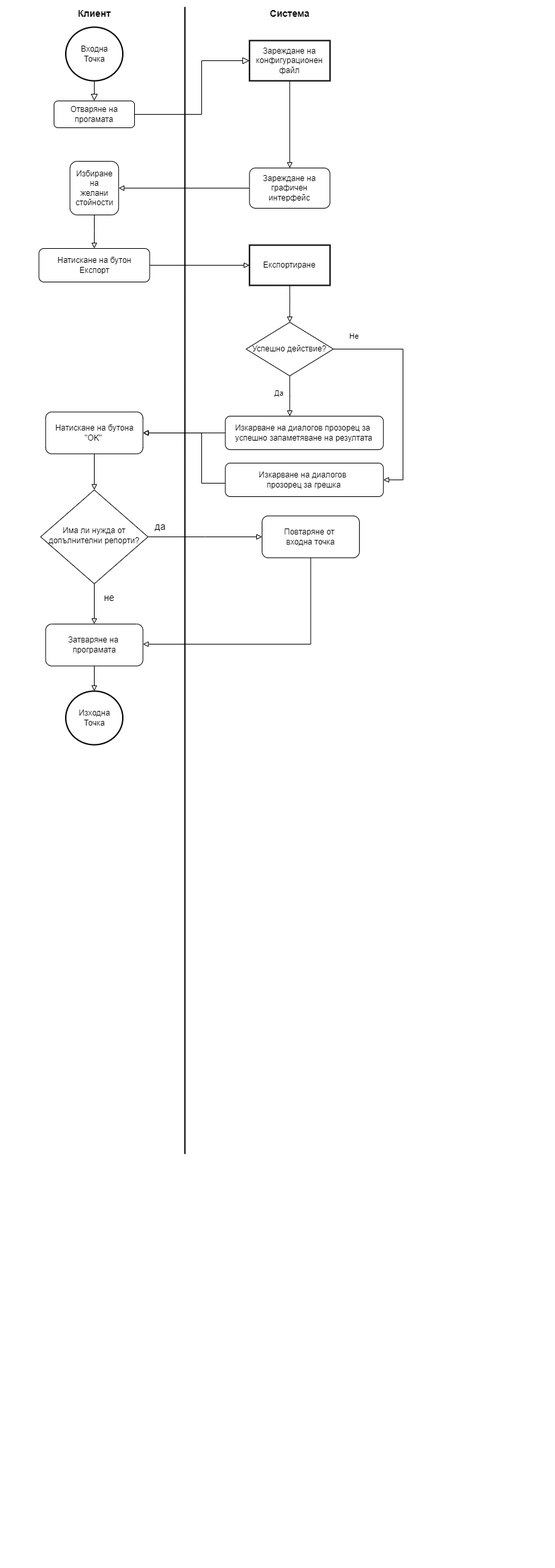
nikolaizhnikolov/NVNA-Schedule-Exporter keeps this draw.io diagram as docs/Блоксхеми/interface.png. Above is the earlier version. Source tidied: cells renumbered, new cells last; positions are measured from the earlier drawing's top-left corner, leaving out a move shared by most shapes.
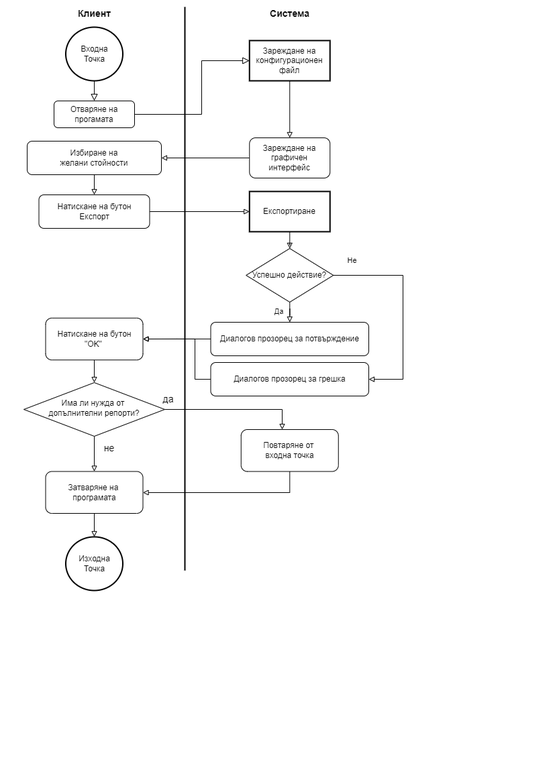
The same file after the commit.

The edit, as a diff of the source:
```diff
@@ -5,16 +5,12 @@
     <mxCell id="2" style="edgeStyle=orthogonalEdgeStyle;rounded=0;jettySize=auto;html=1;endArrow=block;endFill=0;fontSize=14;" parent="1" edge="1" source="30" target="29">
       <mxGeometry relative="1" as="geometry">
         <Array as="points">
-          <mxPoint x="404" y="950" />
+          <mxPoint x="373" y="724" />
         </Array>
       </mxGeometry>
     </mxCell>
     <mxCell id="3" style="edgeStyle=orthogonalEdgeStyle;rounded=0;jettySize=auto;html=1;endArrow=block;endFill=0;fontSize=14;" parent="1" edge="1" source="38" target="16">
-      <mxGeometry relative="1" as="geometry">
-        <Array as="points">
-          <mxPoint x="373" y="270" />
-        </Array>
-      </mxGeometry>
+      <mxGeometry relative="1" as="geometry" />
     </mxCell>
     <mxCell id="4" style="rounded=0;html=1;jettySize=auto;fontSize=11;endArrow=block;endFill=0;endSize=8;strokeWidth=1;shadow=0;labelBackgroundColor=none;edgeStyle=orthogonalEdgeStyle;" parent="1" edge="1" source="9" target="5">
       <mxGeometry relative="1" as="geometry" />
@@ -40,7 +36,7 @@
       <mxGeometry x="39.5" y="30" width="85" height="80" as="geometry" />
     </mxCell>
     <mxCell id="10" style="line;strokeWidth=2;direction=south;html=1;" parent="1" vertex="1">
-      <mxGeometry x="212" width="10" height="1710" as="geometry" />
+      <mxGeometry x="212" width="10" height="840" as="geometry" />
     </mxCell>
     <mxCell id="11" value="Клиент" style="text;html=1;align=center;verticalAlign=middle;fontSize=14;fontStyle=1;" parent="1" vertex="1">
       <mxGeometry x="52" width="60" height="20" as="geometry" />
@@ -52,28 +48,28 @@
       <mxGeometry relative="1" as="geometry" />
     </mxCell>
     <mxCell id="14" value="Натискане на бутон&lt;br&gt;Експорт" style="rounded=1;whiteSpace=wrap;html=1;fontSize=12;glass=0;strokeWidth=1;shadow=0;" parent="1" vertex="1">
-      <mxGeometry x="-0.5" y="360" width="165" height="50" as="geometry" />
+      <mxGeometry x="-0.5" y="280" width="165" height="50" as="geometry" />
     </mxCell>
     <mxCell id="15" style="edgeStyle=orthogonalEdgeStyle;rounded=0;jettySize=auto;html=1;endArrow=block;endFill=0;fontSize=14;" parent="1" edge="1" source="16" target="14">
       <mxGeometry relative="1" as="geometry" />
     </mxCell>
-    <mxCell id="16" value="Избиране&lt;br&gt;на&lt;br&gt;желани&lt;br&gt;стойности" style="rounded=1;whiteSpace=wrap;html=1;fontSize=12;glass=0;strokeWidth=1;shadow=0;" parent="1" vertex="1">
-      <mxGeometry x="45.8" y="230" width="72.5" height="80" as="geometry" />
+    <mxCell id="16" value="Избиране на&lt;br&gt;желани стойности" style="rounded=1;whiteSpace=wrap;html=1;fontSize=12;glass=0;strokeWidth=1;shadow=0;" parent="1" vertex="1">
+      <mxGeometry x="-18" y="200" width="200" height="50" as="geometry" />
     </mxCell>
     <mxCell id="17" style="edgeStyle=orthogonalEdgeStyle;rounded=0;jettySize=auto;html=1;endArrow=block;endFill=0;" parent="1" edge="1" source="18" target="35">
       <mxGeometry relative="1" as="geometry" />
     </mxCell>
     <mxCell id="18" value="Експортиране" style="rounded=0;whiteSpace=wrap;html=1;strokeWidth=2;fillColor=default;" parent="1" vertex="1">
-      <mxGeometry x="313.2" y="355" width="120" height="60" as="geometry" />
+      <mxGeometry x="313.2" y="275" width="120" height="60" as="geometry" />
     </mxCell>
-    <mxCell id="19" value="&lt;p class=&quot;MsoNormal&quot;&gt;Изкарване на диалогов прозорец за&amp;nbsp;&lt;br&gt;&lt;span&gt;успешно запаметяване на резултата&lt;/span&gt;&lt;/p&gt;" style="rounded=1;whiteSpace=wrap;html=1;fontSize=12;glass=0;strokeWidth=1;shadow=0;" parent="1" vertex="1">
-      <mxGeometry x="277.2" y="610" width="235.5" height="50" as="geometry" />
+    <mxCell id="19" value="&lt;p class=&quot;MsoNormal&quot;&gt;Диалогов прозорец за потвърждение&lt;/p&gt;" style="rounded=1;whiteSpace=wrap;html=1;fontSize=12;glass=0;strokeWidth=1;shadow=0;" parent="1" vertex="1">
+      <mxGeometry x="255.5" y="470" width="235.5" height="50" as="geometry" />
     </mxCell>
     <mxCell id="20" style="edgeStyle=orthogonalEdgeStyle;rounded=0;jettySize=auto;html=1;endArrow=block;endFill=0;fontSize=14;" parent="1" edge="1" source="21" target="26">
       <mxGeometry relative="1" as="geometry" />
     </mxCell>
-    <mxCell id="21" value="&lt;p class=&quot;MsoNormal&quot;&gt;Натискане на бутона&lt;br&gt;&lt;span&gt;&quot;OK&quot;&amp;nbsp;&lt;/span&gt;&lt;/p&gt;" style="rounded=1;whiteSpace=wrap;html=1;fontSize=12;glass=0;strokeWidth=1;shadow=0;direction=south;" parent="1" vertex="1">
-      <mxGeometry x="9.5" y="603.8" width="145" height="62.5" as="geometry" />
+    <mxCell id="21" value="&lt;p class=&quot;MsoNormal&quot;&gt;Натискане на бутон&lt;br&gt;&lt;span&gt;&quot;OK&quot;&amp;nbsp;&lt;/span&gt;&lt;/p&gt;" style="rounded=1;whiteSpace=wrap;html=1;fontSize=12;glass=0;strokeWidth=1;shadow=0;direction=south;" parent="1" vertex="1">
+      <mxGeometry x="9.5" y="463.8" width="145" height="62.5" as="geometry" />
     </mxCell>
     <mxCell id="22" style="edgeStyle=orthogonalEdgeStyle;rounded=0;jettySize=auto;html=1;endArrow=block;endFill=0;fontSize=14;" parent="1" edge="1" source="19" target="21">
       <mxGeometry relative="1" as="geometry" />
@@ -82,35 +78,34 @@
       <mxGeometry x="-0.31" y="22" relative="1" as="geometry" />
     </mxCell>
     <mxCell id="24" style="edgeStyle=orthogonalEdgeStyle;rounded=0;jettySize=auto;html=1;endArrow=block;endFill=0;fontSize=14;" parent="1" edge="1" source="26" target="30">
-      <mxGeometry relative="1" as="geometry" />
+      <mxGeometry relative="1" as="geometry">
+        <Array as="points">
+          <mxPoint x="362" y="600" />
+        </Array>
+      </mxGeometry>
     </mxCell>
     <mxCell id="25" value="да" style="edgeLabel;html=1;align=center;verticalAlign=middle;fontSize=14;" parent="24" vertex="1">
       <mxGeometry x="-0.3" y="-4" relative="1" as="geometry">
-        <mxPoint x="-43" y="-20" as="offset" />
+        <mxPoint x="-67" y="-20" as="offset" />
       </mxGeometry>
     </mxCell>
-    <mxCell id="26" value="Има ли нужда от допълнителни репорти?" style="rhombus;whiteSpace=wrap;html=1;shadow=0;fontFamily=Helvetica;fontSize=12;align=center;strokeWidth=1;spacing=6;spacingTop=-4;" parent="1" vertex="1">
-      <mxGeometry x="2" y="720" width="160" height="140" as="geometry" />
+    <mxCell id="26" value="Има ли нужда от &lt;br&gt;допълнителни репорти?" style="rhombus;whiteSpace=wrap;html=1;shadow=0;fontFamily=Helvetica;fontSize=12;align=center;strokeWidth=1;spacing=6;spacingTop=-4;" parent="1" vertex="1">
+      <mxGeometry x="-23" y="560" width="210" height="80" as="geometry" />
     </mxCell>
     <mxCell id="27" value="Изходна&lt;br&gt;Точка" style="strokeWidth=2;html=1;shape=mxgraph.flowchart.start_2;whiteSpace=wrap;" parent="1" vertex="1">
-      <mxGeometry x="39.5" y="1020" width="85" height="80" as="geometry" />
+      <mxGeometry x="39.5" y="790" width="85" height="80" as="geometry" />
     </mxCell>
     <mxCell id="28" style="edgeStyle=orthogonalEdgeStyle;rounded=0;jettySize=auto;html=1;endArrow=block;endFill=0;fontSize=14;" parent="1" edge="1" source="29" target="27">
       <mxGeometry relative="1" as="geometry" />
     </mxCell>
     <mxCell id="29" value="&lt;p class=&quot;MsoNormal&quot;&gt;Затваряне на&amp;nbsp;&lt;br&gt;програмата&lt;/p&gt;" style="rounded=1;whiteSpace=wrap;html=1;fontSize=12;glass=0;strokeWidth=1;shadow=0;direction=south;" parent="1" vertex="1">
-      <mxGeometry x="9.5" y="920" width="145" height="62.5" as="geometry" />
+      <mxGeometry x="9.5" y="692.5" width="145" height="62.5" as="geometry" />
     </mxCell>
     <mxCell id="30" value="&lt;p class=&quot;MsoNormal&quot;&gt;Повтаряне от&amp;nbsp;&lt;br&gt;входна точка&lt;/p&gt;" style="rounded=1;whiteSpace=wrap;html=1;fontSize=12;glass=0;strokeWidth=1;shadow=0;direction=south;" parent="1" vertex="1">
-      <mxGeometry x="332" y="758.8" width="145" height="62.5" as="geometry" />
+      <mxGeometry x="300.8" y="630" width="145" height="62.5" as="geometry" />
     </mxCell>
     <mxCell id="31" style="edgeStyle=orthogonalEdgeStyle;rounded=0;jettySize=auto;html=1;endArrow=block;endFill=0;" parent="1" edge="1" source="35" target="19">
-      <mxGeometry relative="1" as="geometry">
-        <Array as="points">
-          <mxPoint x="373" y="580" />
-          <mxPoint x="373" y="580" />
-        </Array>
-      </mxGeometry>
+      <mxGeometry relative="1" as="geometry" />
     </mxCell>
     <mxCell id="32" value="Да" style="edgeLabel;html=1;align=center;verticalAlign=middle;" parent="31" vertex="1">
       <mxGeometry x="-0.06" relative="1" as="geometry">
@@ -120,8 +115,8 @@
     <mxCell id="33" style="edgeStyle=orthogonalEdgeStyle;rounded=0;jettySize=auto;html=1;endArrow=block;endFill=0;" parent="1" edge="1" source="35" target="37">
       <mxGeometry relative="1" as="geometry">
         <Array as="points">
-          <mxPoint x="542" y="510" />
-          <mxPoint x="542" y="705" />
+          <mxPoint x="542" y="400" />
+          <mxPoint x="542" y="555" />
         </Array>
       </mxGeometry>
     </mxCell>
@@ -131,21 +126,21 @@
       </mxGeometry>
     </mxCell>
     <mxCell id="35" value="Успешно действие?" style="rhombus;whiteSpace=wrap;html=1;rounded=0;strokeWidth=1;fillColor=default;" parent="1" vertex="1">
-      <mxGeometry x="308.2" y="470" width="130.1" height="80" as="geometry" />
+      <mxGeometry x="308.2" y="360" width="130.1" height="80" as="geometry" />
     </mxCell>
     <mxCell id="36" style="edgeStyle=orthogonalEdgeStyle;rounded=0;jettySize=auto;html=1;endArrow=block;endFill=0;" parent="1" edge="1" source="37" target="21">
       <mxGeometry relative="1" as="geometry">
         <Array as="points">
-          <mxPoint x="242" y="710" />
-          <mxPoint x="242" y="635" />
+          <mxPoint x="232" y="555" />
+          <mxPoint x="232" y="495" />
         </Array>
       </mxGeometry>
     </mxCell>
-    <mxCell id="37" value="&lt;p class=&quot;MsoNormal&quot;&gt;Изкарване на диалогов &lt;br&gt;прозорец за&amp;nbsp;грешка&lt;/p&gt;" style="rounded=1;whiteSpace=wrap;html=1;fontSize=12;glass=0;strokeWidth=1;shadow=0;" parent="1" vertex="1">
-      <mxGeometry x="277.2" y="680" width="235.5" height="50" as="geometry" />
+    <mxCell id="37" value="&lt;p class=&quot;MsoNormal&quot;&gt;Диалогов прозорец за грешка&lt;/p&gt;" style="rounded=1;whiteSpace=wrap;html=1;fontSize=12;glass=0;strokeWidth=1;shadow=0;" parent="1" vertex="1">
+      <mxGeometry x="255.5" y="530" width="235.5" height="50" as="geometry" />
     </mxCell>
     <mxCell id="38" value="&lt;p class=&quot;MsoNormal&quot;&gt;&lt;span lang=&quot;BG&quot;&gt;Зареждане на&lt;br&gt;графичен интерфейс&lt;/span&gt;&lt;/p&gt;" style="rounded=1;whiteSpace=wrap;html=1;fontSize=12;glass=0;strokeWidth=1;shadow=0;" parent="1" vertex="1">
-      <mxGeometry x="313.2" y="240" width="120" height="60" as="geometry" />
+      <mxGeometry x="313.3" y="195" width="120" height="60" as="geometry" />
     </mxCell>
   </root>
 </mxGraphModel>
```
